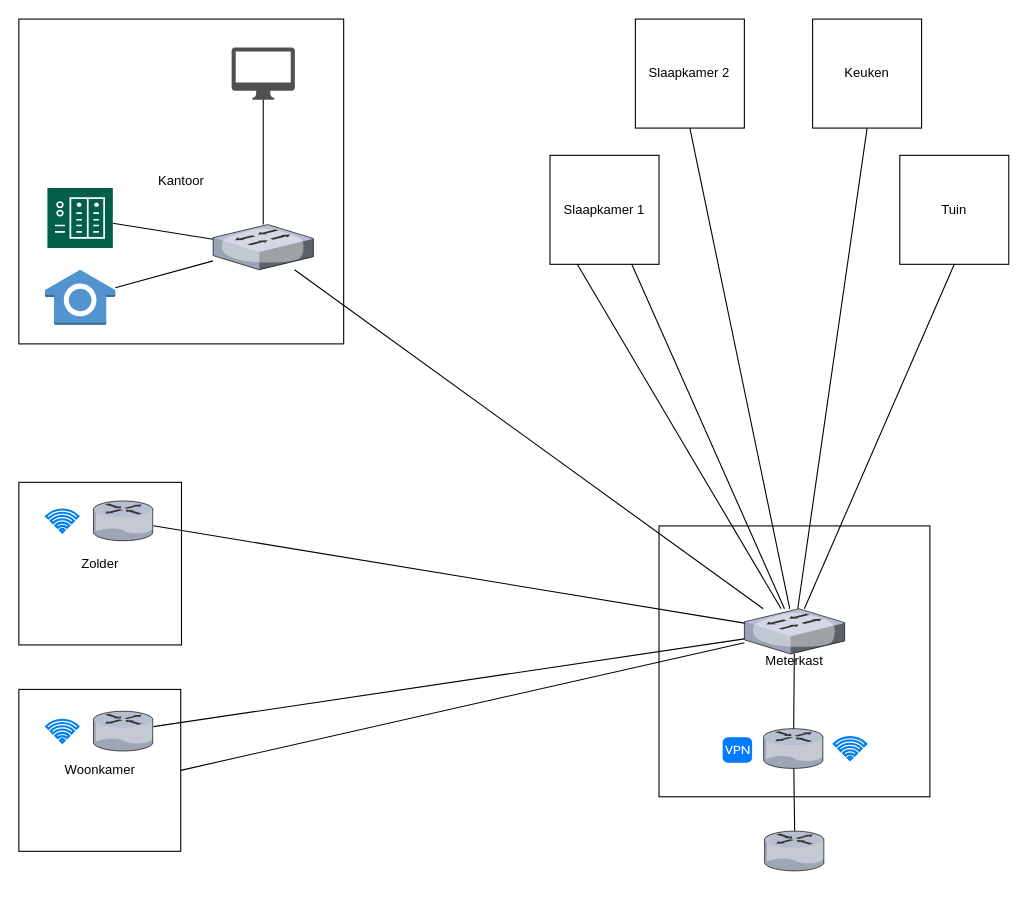
Earlier version of the draw.io diagram Diagram zonder titel.drawio (royhoeijmakers/MM). Source tidied: cells renumbered, new cells numbered last; positions are measured from the earlier drawing's top-left corner, leaving out a move shared by most shapes. Both pictures are drawn from the tidied source at 109%, with x=0, y=0 at pixel (19, 19).
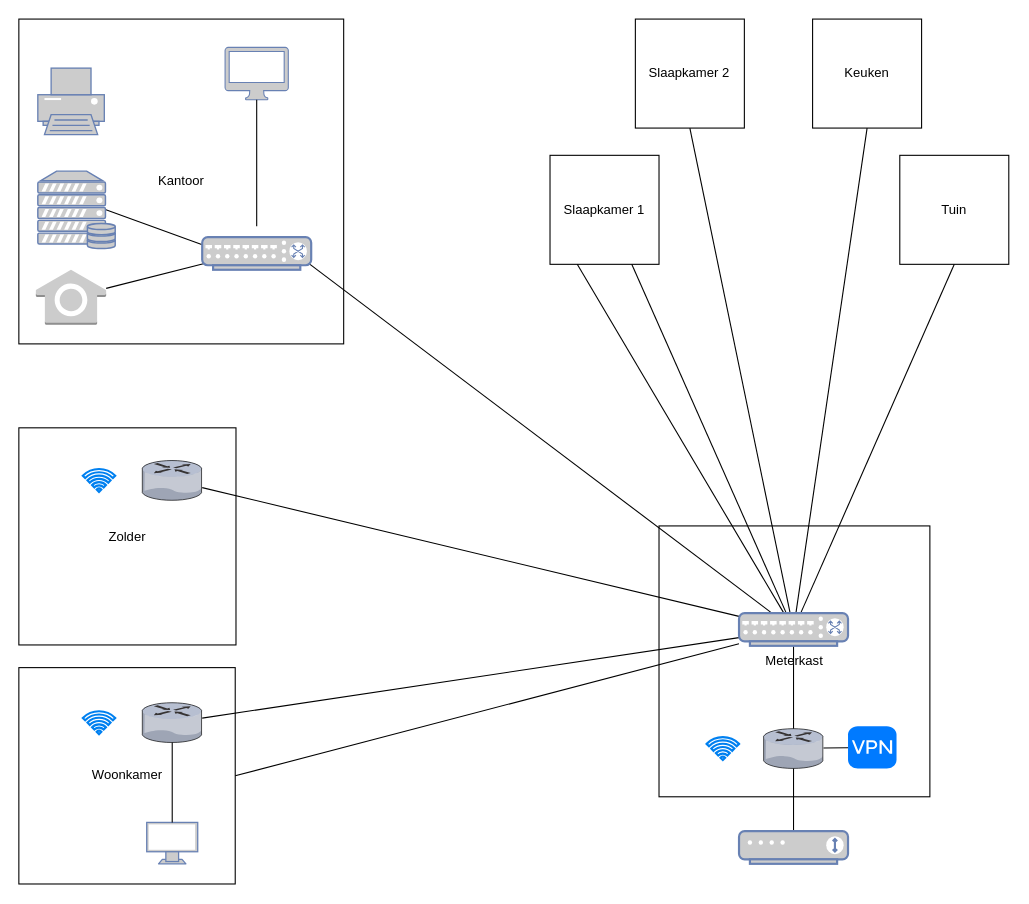
The same diagram, later.

Unchanged cells that the change refers to:
```xml
<mxCell id="8" value="Keuken" style="whiteSpace=wrap;html=1;" parent="1" vertex="1">
  <mxGeometry x="728" width="100" height="100" as="geometry" />
</mxCell>
<mxCell id="10" value="Slaapkamer 1" style="whiteSpace=wrap;html=1;" parent="1" vertex="1">
  <mxGeometry x="487.1" y="125" width="100" height="100" as="geometry" />
</mxCell>
<mxCell id="11" value="Slaapkamer 2" style="whiteSpace=wrap;html=1;" parent="1" vertex="1">
  <mxGeometry x="565.4" width="100" height="100" as="geometry" />
</mxCell>
<mxCell id="34" value="Tuin" style="whiteSpace=wrap;html=1;" parent="1" vertex="1">
  <mxGeometry x="808" y="125" width="100" height="100" as="geometry" />
</mxCell>
```

What changed in the source:
```diff
@@
-    <mxCell id="3" style="verticalLabelPosition=bottom;sketch=0;html=1;verticalAlign=top;strokeColor=none;align=center;outlineConnect=0;shape=mxgraph.citrix.router;" parent="1" vertex="1">
-      <mxGeometry x="683.9" y="745" width="55" height="36.5" as="geometry" />
-    </mxCell>
-    <mxCell id="4" style="verticalLabelPosition=bottom;sketch=0;html=1;verticalAlign=top;strokeColor=none;align=center;outlineConnect=0;shape=mxgraph.citrix.router;" parent="1" vertex="1">
+    <mxCell id="4" style="verticalLabelPosition=bottom;sketch=0;html=1;verticalAlign=top;strokeColor=#6881B3;align=center;outlineConnect=0;shape=mxgraph.citrix.router;" parent="1" vertex="1">
       <mxGeometry x="683" y="651" width="55" height="36.5" as="geometry" />
     </mxCell>
-    <mxCell id="5" style="endArrow=none;html=1;rounded=0;entryX=0.503;entryY=0;entryDx=0;entryDy=0;entryPerimeter=0;" parent="1" edge="1" source="4" target="3">
+    <mxCell id="5" style="endArrow=none;html=1;rounded=0;" parent="1" edge="1" source="4" target="37">
       <mxGeometry relative="1" as="geometry" />
     </mxCell>
-    <mxCell id="6" style="verticalLabelPosition=bottom;sketch=0;html=1;verticalAlign=top;strokeColor=none;align=center;outlineConnect=0;shape=mxgraph.citrix.switch;" parent="1" vertex="1">
-      <mxGeometry x="665.4" y="541" width="92" height="41.5" as="geometry" />
-    </mxCell>
-    <mxCell id="7" style="endArrow=none;html=1;rounded=0;" parent="1" edge="1" source="4" target="6">
+    <mxCell id="7" style="endArrow=none;html=1;rounded=0;" parent="1" edge="1" source="4" target="39">
       <mxGeometry relative="1" as="geometry" />
     </mxCell>
@@
     <mxCell id="9" value="Woonkamer" style="whiteSpace=wrap;html=1;" parent="1" vertex="1">
-      <mxGeometry x="-0.2" y="615" width="148.5" height="148.5" as="geometry" />
+      <mxGeometry x="-0.2" y="595" width="198.5" height="198.5" as="geometry" />
     </mxCell>
@@
-    <mxCell id="13" style="endArrow=none;html=1;rounded=0;exitX=0.5;exitY=1;exitDx=0;exitDy=0;" parent="1" edge="1" source="8" target="6">
+    <mxCell id="13" style="endArrow=none;html=1;rounded=0;exitX=0.5;exitY=1;exitDx=0;exitDy=0;" parent="1" edge="1" source="8" target="39">
       <mxGeometry relative="1" as="geometry" />
     </mxCell>
-    <mxCell id="14" style="endArrow=none;html=1;rounded=0;exitX=1;exitY=0.5;exitDx=0;exitDy=0;" parent="1" edge="1" source="9" target="6">
+    <mxCell id="14" style="endArrow=none;html=1;rounded=0;exitX=1;exitY=0.5;exitDx=0;exitDy=0;" parent="1" edge="1" source="9" target="39">
       <mxGeometry relative="1" as="geometry" />
     </mxCell>
-    <mxCell id="15" style="endArrow=none;html=1;rounded=0;" parent="1" edge="1" source="30" target="6">
+    <mxCell id="15" style="endArrow=none;html=1;rounded=0;" parent="1" edge="1" source="30" target="39">
       <mxGeometry relative="1" as="geometry" />
     </mxCell>
-    <mxCell id="16" style="endArrow=none;html=1;rounded=0;exitX=0.25;exitY=1;exitDx=0;exitDy=0;" parent="1" edge="1" source="10" target="6">
+    <mxCell id="16" style="endArrow=none;html=1;rounded=0;exitX=0.25;exitY=1;exitDx=0;exitDy=0;" parent="1" edge="1" source="10" target="39">
       <mxGeometry relative="1" as="geometry" />
     </mxCell>
-    <mxCell id="17" style="endArrow=none;html=1;rounded=0;exitX=0.5;exitY=1;exitDx=0;exitDy=0;" parent="1" edge="1" source="11" target="6">
+    <mxCell id="17" style="endArrow=none;html=1;rounded=0;exitX=0.5;exitY=1;exitDx=0;exitDy=0;" parent="1" edge="1" source="11" target="39">
       <mxGeometry relative="1" as="geometry" />
     </mxCell>
-    <mxCell id="18" style="endArrow=none;html=1;rounded=0;" parent="1" edge="1" source="21" target="6">
-      <mxGeometry relative="1" as="geometry" />
+    <mxCell id="18" style="endArrow=none;html=1;rounded=0;exitX=0.98;exitY=0.98;exitDx=0;exitDy=0;exitPerimeter=0;" parent="1" edge="1" target="39">
+      <mxGeometry relative="1" as="geometry">
+        <mxPoint x="266" y="224.3" as="sourcePoint" />
+      </mxGeometry>
     </mxCell>
     <mxCell id="19" value="Zolder" style="whiteSpace=wrap;html=1;" parent="1" vertex="1">
-      <mxGeometry x="-0.2" y="425" width="149.2" height="149.2" as="geometry" />
+      <mxGeometry x="-0.2" y="375" width="199.2" height="199.2" as="geometry" />
     </mxCell>
-    <mxCell id="20" style="endArrow=none;html=1;rounded=0;" parent="1" edge="1" source="29" target="6">
+    <mxCell id="20" style="endArrow=none;html=1;rounded=0;" parent="1" edge="1" source="29" target="39">
       <mxGeometry relative="1" as="geometry" />
     </mxCell>
-    <mxCell id="21" style="verticalLabelPosition=bottom;sketch=0;html=1;verticalAlign=top;strokeColor=none;align=center;outlineConnect=0;shape=mxgraph.citrix.switch;" parent="1" vertex="1">
-      <mxGeometry x="178" y="188.5" width="92" height="41.5" as="geometry" />
-    </mxCell>
-    <mxCell id="22" style="sketch=0;shadow=0;dashed=0;html=1;strokeColor=none;fillColor=#005F4B;labelPosition=center;verticalLabelPosition=bottom;verticalAlign=top;align=center;outlineConnect=0;shape=mxgraph.veeam2.nas;" parent="1" vertex="1">
-      <mxGeometry x="26" y="155" width="60" height="55" as="geometry" />
-    </mxCell>
-    <mxCell id="23" style="endArrow=none;html=1;rounded=0;" parent="1" edge="1" source="21" target="22">
-      <mxGeometry relative="1" as="geometry" />
+    <mxCell id="23" style="endArrow=none;html=1;rounded=0;exitX=0.02;exitY=0.51;exitDx=0;exitDy=0;exitPerimeter=0;entryX=0.88;entryY=0.5;entryDx=0;entryDy=0;entryPerimeter=0;" parent="1" edge="1" target="38">
+      <mxGeometry relative="1" as="geometry">
+        <mxPoint x="170" y="207.8" as="sourcePoint" />
+      </mxGeometry>
     </mxCell>
-    <mxCell id="24" style="outlineConnect=0;dashed=0;verticalLabelPosition=bottom;verticalAlign=top;align=center;html=1;shape=mxgraph.aws3.alexa_smart_home_skill;fillColor=#5294CF;gradientColor=none;" parent="1" vertex="1">
-      <mxGeometry x="23.8" y="230" width="64.5" height="50.5" as="geometry" />
+    <mxCell id="24" style="outlineConnect=0;dashed=0;verticalLabelPosition=bottom;verticalAlign=top;align=center;html=1;shape=mxgraph.aws3.alexa_smart_home_skill;fillColor=#cccccc;gradientColor=none;strokeColor=#6881B3;" parent="1" vertex="1">
+      <mxGeometry x="15.4" y="230" width="64.5" height="50.5" as="geometry" />
     </mxCell>
-    <mxCell id="25" style="endArrow=none;html=1;rounded=0;" parent="1" edge="1" source="24" target="21">
-      <mxGeometry relative="1" as="geometry" />
+    <mxCell id="25" style="endArrow=none;html=1;rounded=0;entryX=0.02;entryY=0.98;entryDx=0;entryDy=0;entryPerimeter=0;" parent="1" edge="1" source="24">
+      <mxGeometry relative="1" as="geometry">
+        <mxPoint x="170" y="224.3" as="targetPoint" />
+      </mxGeometry>
     </mxCell>
     <mxCell id="26" style="html=1;verticalLabelPosition=bottom;align=center;labelBackgroundColor=#ffffff;verticalAlign=top;strokeWidth=2;strokeColor=#0080F0;shadow=0;dashed=0;shape=mxgraph.ios7.icons.wifi;" parent="1" vertex="1">
-      <mxGeometry x="24.8" y="449.9" width="29.7" height="21" as="geometry" />
+      <mxGeometry x="58.5" y="412.8" width="29.7" height="21" as="geometry" />
     </mxCell>
-    <mxCell id="27" style="html=1;verticalLabelPosition=bottom;align=center;labelBackgroundColor=#ffffff;verticalAlign=top;strokeWidth=2;strokeColor=#0080F0;shadow=0;dashed=0;shape=mxgraph.ios7.icons.wifi;" parent="1" vertex="1">
-      <mxGeometry x="747.5" y="658.8" width="29.7" height="21" as="geometry" />
-    </mxCell>
     <mxCell id="28" style="html=1;verticalLabelPosition=bottom;align=center;labelBackgroundColor=#ffffff;verticalAlign=top;strokeWidth=2;strokeColor=#0080F0;shadow=0;dashed=0;shape=mxgraph.ios7.icons.wifi;" parent="1" vertex="1">
-      <mxGeometry x="24.8" y="642.8" width="29.7" height="21" as="geometry" />
+      <mxGeometry x="58.5" y="635" width="29.7" height="21" as="geometry" />
     </mxCell>
-    <mxCell id="29" style="verticalLabelPosition=bottom;sketch=0;html=1;verticalAlign=top;strokeColor=none;align=center;outlineConnect=0;shape=mxgraph.citrix.router;" parent="1" vertex="1">
-      <mxGeometry x="68.2" y="442.1" width="55" height="36.5" as="geometry" />
+    <mxCell id="29" style="verticalLabelPosition=bottom;sketch=0;html=1;verticalAlign=top;strokeColor=#6881B3;align=center;outlineConnect=0;shape=mxgraph.citrix.router;" parent="1" vertex="1">
+      <mxGeometry x="113" y="405" width="55" height="36.5" as="geometry" />
     </mxCell>
-    <mxCell id="30" style="verticalLabelPosition=bottom;sketch=0;html=1;verticalAlign=top;strokeColor=none;align=center;outlineConnect=0;shape=mxgraph.citrix.router;" parent="1" vertex="1">
-      <mxGeometry x="68.2" y="635" width="55" height="36.5" as="geometry" />
+    <mxCell id="30" style="verticalLabelPosition=bottom;sketch=0;html=1;verticalAlign=top;strokeColor=#6881B3;align=center;outlineConnect=0;shape=mxgraph.citrix.router;" parent="1" vertex="1">
+      <mxGeometry x="113" y="627.2" width="55" height="36.5" as="geometry" />
     </mxCell>
     <mxCell id="31" style="html=1;strokeWidth=1;shadow=0;dashed=0;shape=mxgraph.ios7.misc.vpn;fillColor=#007AFF;strokeColor=none;buttonText=;strokeColor2=#222222;fontColor=#222222;fontSize=8;verticalLabelPosition=bottom;verticalAlign=top;align=center;sketch=0;" parent="1" vertex="1">
-      <mxGeometry x="645.5" y="658.8" width="27" height="23.5" as="geometry" />
+      <mxGeometry x="760.5" y="648.7" width="44.5" height="38.8" as="geometry" />
     </mxCell>
-    <mxCell id="32" style="sketch=0;shadow=0;dashed=0;html=1;strokeColor=none;fillColor=#505050;labelPosition=center;verticalLabelPosition=bottom;verticalAlign=top;outlineConnect=0;align=center;shape=mxgraph.office.devices.mac_client;" parent="1" vertex="1">
-      <mxGeometry x="195" y="26" width="58" height="48" as="geometry" />
+    <mxCell id="32" style="sketch=0;shadow=0;dashed=0;html=1;strokeColor=#6881B3;fillColor=#cccccc;labelPosition=center;verticalLabelPosition=bottom;verticalAlign=top;outlineConnect=0;align=center;shape=mxgraph.office.devices.mac_client;" parent="1" vertex="1">
+      <mxGeometry x="189" y="26" width="58" height="48" as="geometry" />
     </mxCell>
-    <mxCell id="33" style="endArrow=none;html=1;rounded=0;" parent="1" edge="1" source="21" target="32">
-      <mxGeometry relative="1" as="geometry" />
+    <mxCell id="33" style="endArrow=none;html=1;rounded=0;exitX=0.5;exitY=0;exitDx=0;exitDy=0;exitPerimeter=0;" parent="1" edge="1" target="32">
+      <mxGeometry relative="1" as="geometry">
+        <mxPoint x="218" y="190" as="sourcePoint" />
+      </mxGeometry>
     </mxCell>
@@
-    <mxCell id="35" style="endArrow=none;html=1;rounded=0;exitX=0.5;exitY=1;exitDx=0;exitDy=0;" parent="1" edge="1" source="34" target="6">
+    <mxCell id="35" style="endArrow=none;html=1;rounded=0;exitX=0.5;exitY=1;exitDx=0;exitDy=0;" parent="1" edge="1" source="34" target="39">
       <mxGeometry relative="1" as="geometry" />
     </mxCell>
-    <mxCell id="36" style="endArrow=none;html=1;rounded=0;exitX=0.75;exitY=1;exitDx=0;exitDy=0;" parent="1" edge="1" source="10" target="6">
+    <mxCell id="36" style="endArrow=none;html=1;rounded=0;exitX=0.75;exitY=1;exitDx=0;exitDy=0;" parent="1" edge="1" source="10" target="39">
       <mxGeometry relative="1" as="geometry" />
     </mxCell>
+    <mxCell id="37" style="fontColor=#0066CC;verticalAlign=top;verticalLabelPosition=bottom;labelPosition=center;align=center;html=1;outlineConnect=0;fillColor=#CCCCCC;strokeColor=#6881B3;gradientColor=none;gradientDirection=north;strokeWidth=2;shape=mxgraph.networks.modem;" parent="1" vertex="1">
+      <mxGeometry x="660.5" y="745" width="100" height="30" as="geometry" />
+    </mxCell>
+    <mxCell id="38" style="fontColor=#0066CC;verticalAlign=top;verticalLabelPosition=bottom;labelPosition=center;align=center;html=1;outlineConnect=0;fillColor=#CCCCCC;strokeColor=#6881B3;gradientColor=none;gradientDirection=north;strokeWidth=2;shape=mxgraph.networks.server_storage;" parent="1" vertex="1">
+      <mxGeometry x="17.2" y="139.5" width="71" height="71" as="geometry" />
+    </mxCell>
+    <mxCell id="39" style="fontColor=#0066CC;verticalAlign=top;verticalLabelPosition=bottom;labelPosition=center;align=center;html=1;outlineConnect=0;fillColor=#CCCCCC;strokeColor=#6881B3;gradientColor=none;gradientDirection=north;strokeWidth=2;shape=mxgraph.networks.switch;" parent="1" vertex="1">
+      <mxGeometry x="660.5" y="545" width="100" height="30" as="geometry" />
+    </mxCell>
+    <mxCell id="40" style="fontColor=#0066CC;verticalAlign=top;verticalLabelPosition=bottom;labelPosition=center;align=center;html=1;fillColor=#CCCCCC;strokeColor=#6881B3;gradientColor=none;gradientDirection=north;strokeWidth=2;shape=mxgraph.networks.switch;" parent="1" vertex="1">
+      <mxGeometry x="168" y="200" width="100" height="30" as="geometry" />
+    </mxCell>
+    <mxCell id="41" style="fontColor=#0066CC;verticalAlign=top;verticalLabelPosition=bottom;labelPosition=center;align=center;html=1;fillColor=#CCCCCC;strokeColor=#6881B3;gradientColor=none;gradientDirection=north;strokeWidth=2;shape=mxgraph.networks.printer;" parent="1" vertex="1">
+      <mxGeometry x="17.2" y="45" width="61" height="61" as="geometry" />
+    </mxCell>
+    <mxCell id="42" style="fontColor=#0066CC;verticalAlign=top;verticalLabelPosition=bottom;labelPosition=center;align=center;html=1;outlineConnect=0;fillColor=#CCCCCC;strokeColor=#6881B3;gradientColor=none;gradientDirection=north;strokeWidth=2;shape=mxgraph.networks.monitor;" parent="1" vertex="1">
+      <mxGeometry x="117.1" y="737" width="46.8" height="38" as="geometry" />
+    </mxCell>
+    <mxCell id="43" style="endArrow=none;html=1;rounded=0;" parent="1" edge="1" source="30" target="42">
+      <mxGeometry relative="1" as="geometry" />
+    </mxCell>
+    <mxCell id="44" style="endArrow=none;html=1;rounded=0;" parent="1" edge="1" source="31" target="4">
+      <mxGeometry relative="1" as="geometry" />
+    </mxCell>
+    <mxCell id="45" style="html=1;verticalLabelPosition=bottom;align=center;labelBackgroundColor=#ffffff;verticalAlign=top;strokeWidth=2;strokeColor=#0080F0;shadow=0;dashed=0;shape=mxgraph.ios7.icons.wifi;" parent="1" vertex="1">
+      <mxGeometry x="630.8" y="658.8" width="29.7" height="21" as="geometry" />
+    </mxCell>
```
